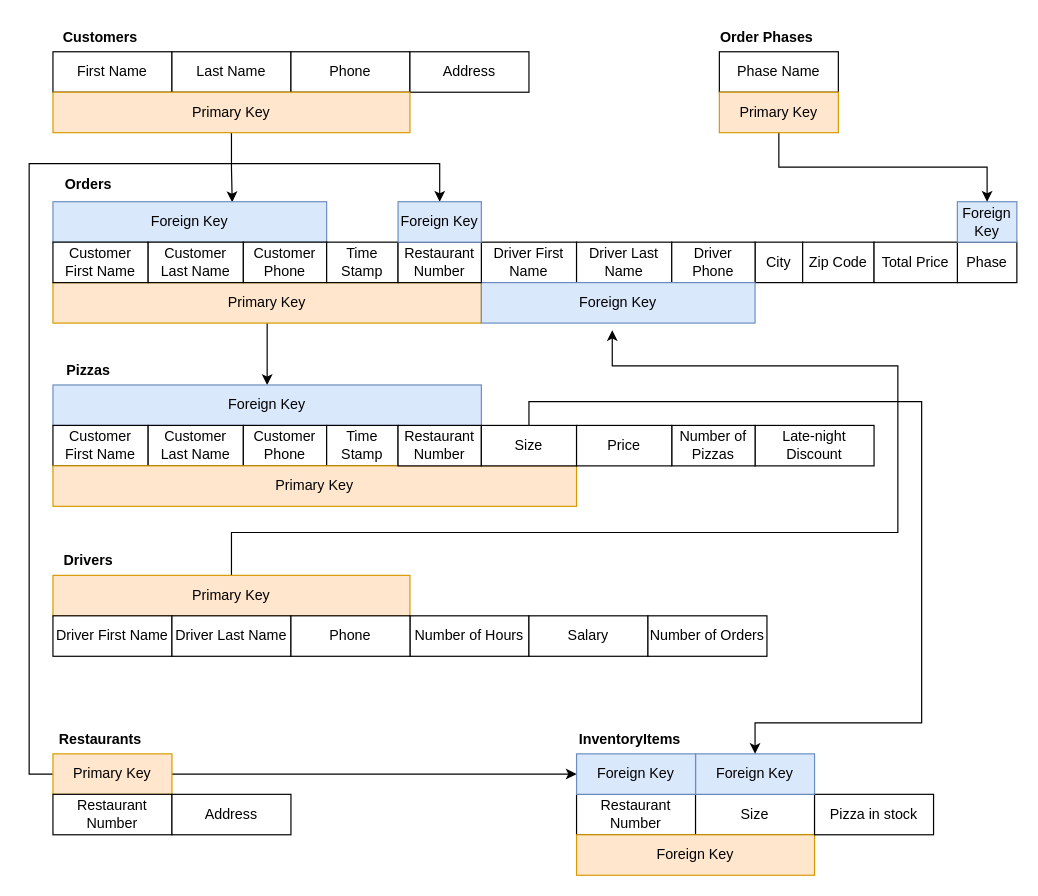
Earlier version of the draw.io diagram page "First Relation Scheme" (3 of 4) of Project01.drawio (thanhnguyen210299/CSULB-CECS-323). Source tidied: cells renumbered, new cells numbered last; positions are measured from the earlier drawing's top-left corner, leaving out a move shared by most shapes. Both pictures are drawn from the tidied source at 119%, with x=0, y=0 at pixel (29, 20).
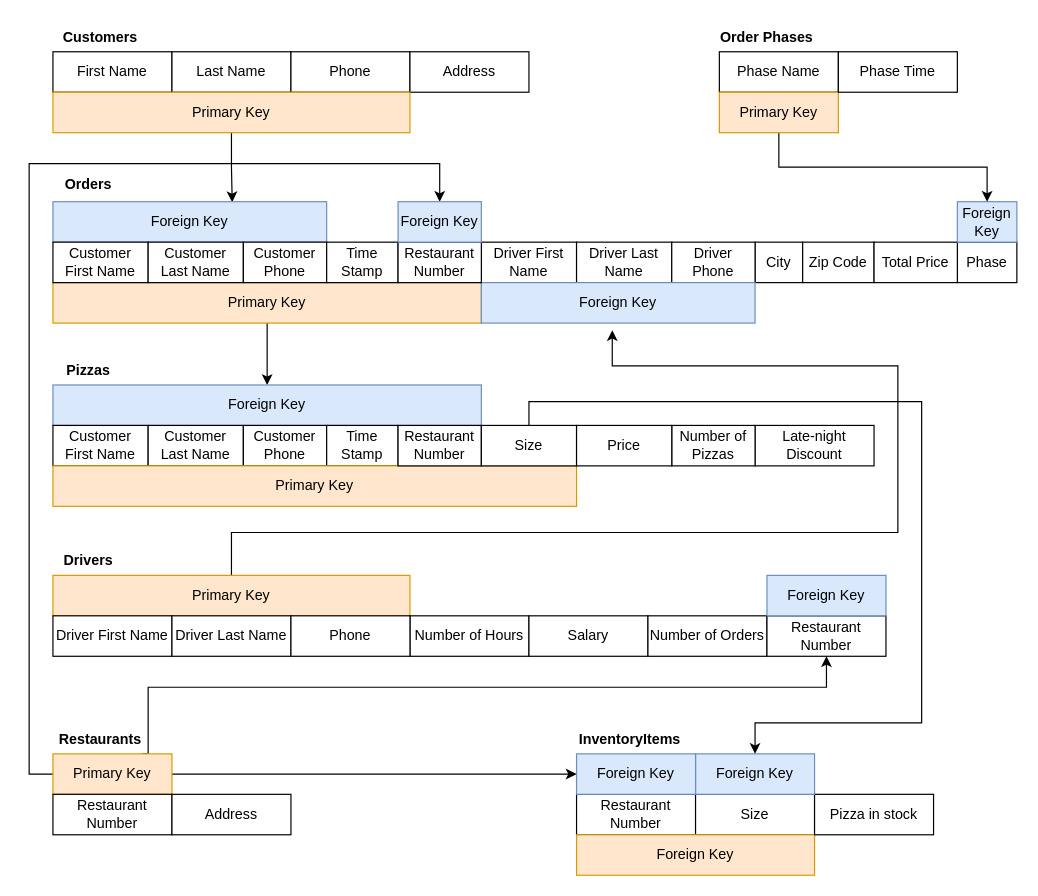
Above is the later version.

Unchanged cells that the change refers to:
```xml
<mxCell id="36" value="Primary Key" style="rounded=0;whiteSpace=wrap;html=1;fillColor=#ffe6cc;strokeColor=#d79b00;" parent="1" vertex="1">
  <mxGeometry x="20" y="616" width="100" height="34" as="geometry" />
</mxCell>
```

What changed in the source:
```diff
@@
+    <mxCell id="67" style="edgeStyle=orthogonalEdgeStyle;rounded=0;jettySize=auto;html=1;exitX=0.75;exitY=0;exitDx=0;exitDy=0;entryX=0.5;entryY=1;entryDx=0;entryDy=0;" parent="1" edge="1" source="36" target="69">
+      <mxGeometry relative="1" as="geometry">
+        <Array as="points">
+          <mxPoint x="100" y="616" />
+          <mxPoint x="100" y="560" />
+          <mxPoint x="670" y="560" />
+        </Array>
+      </mxGeometry>
+    </mxCell>
@@
+    <mxCell id="68" value="Phase Time" style="rounded=0;whiteSpace=wrap;html=1;" parent="1" vertex="1">
+      <mxGeometry x="680" y="26" width="100" height="34" as="geometry" />
+    </mxCell>
+    <mxCell id="69" value="Restaurant Number" style="rounded=0;whiteSpace=wrap;html=1;" parent="1" vertex="1">
+      <mxGeometry x="620" y="500" width="100" height="34" as="geometry" />
+    </mxCell>
+    <mxCell id="70" value="Foreign Key" style="rounded=0;whiteSpace=wrap;html=1;fillColor=#dae8fc;strokeColor=#6c8ebf;" parent="1" vertex="1">
+      <mxGeometry x="620" y="466" width="100" height="34" as="geometry" />
+    </mxCell>
```
